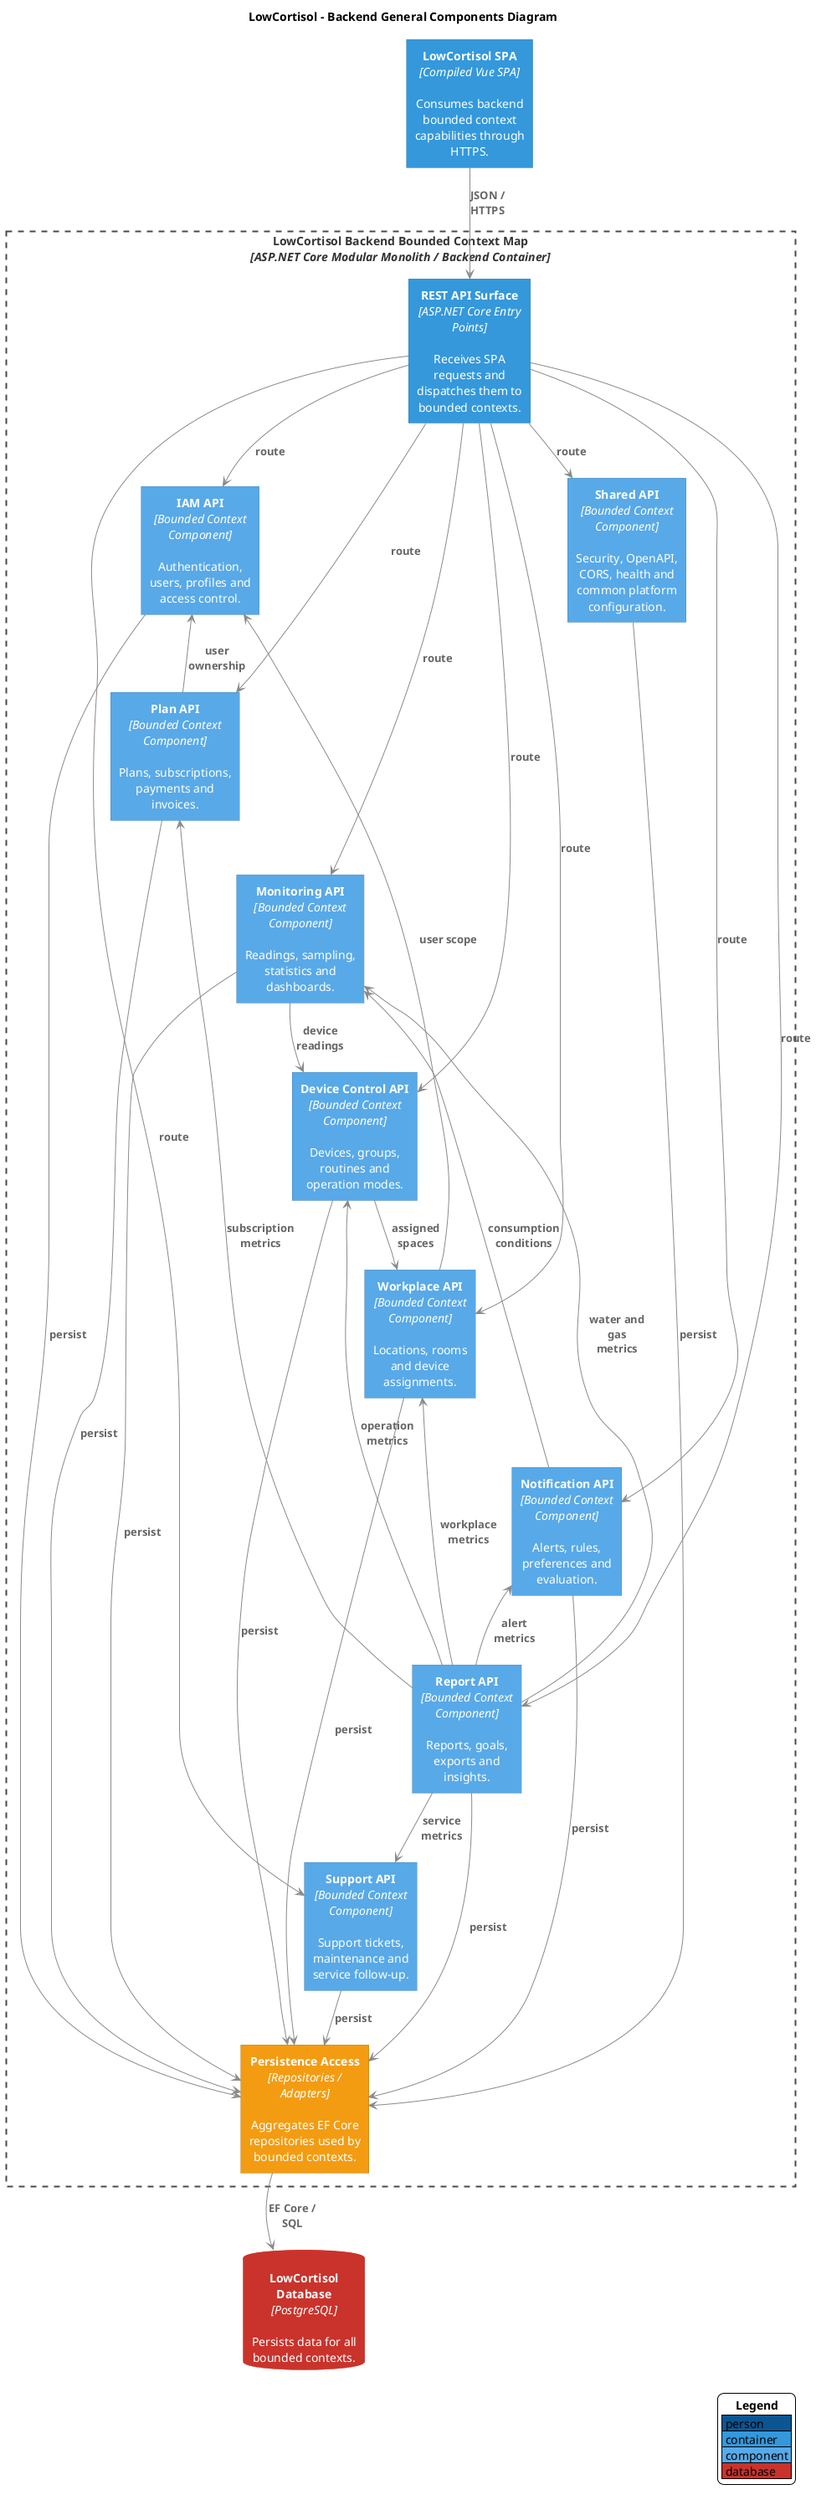
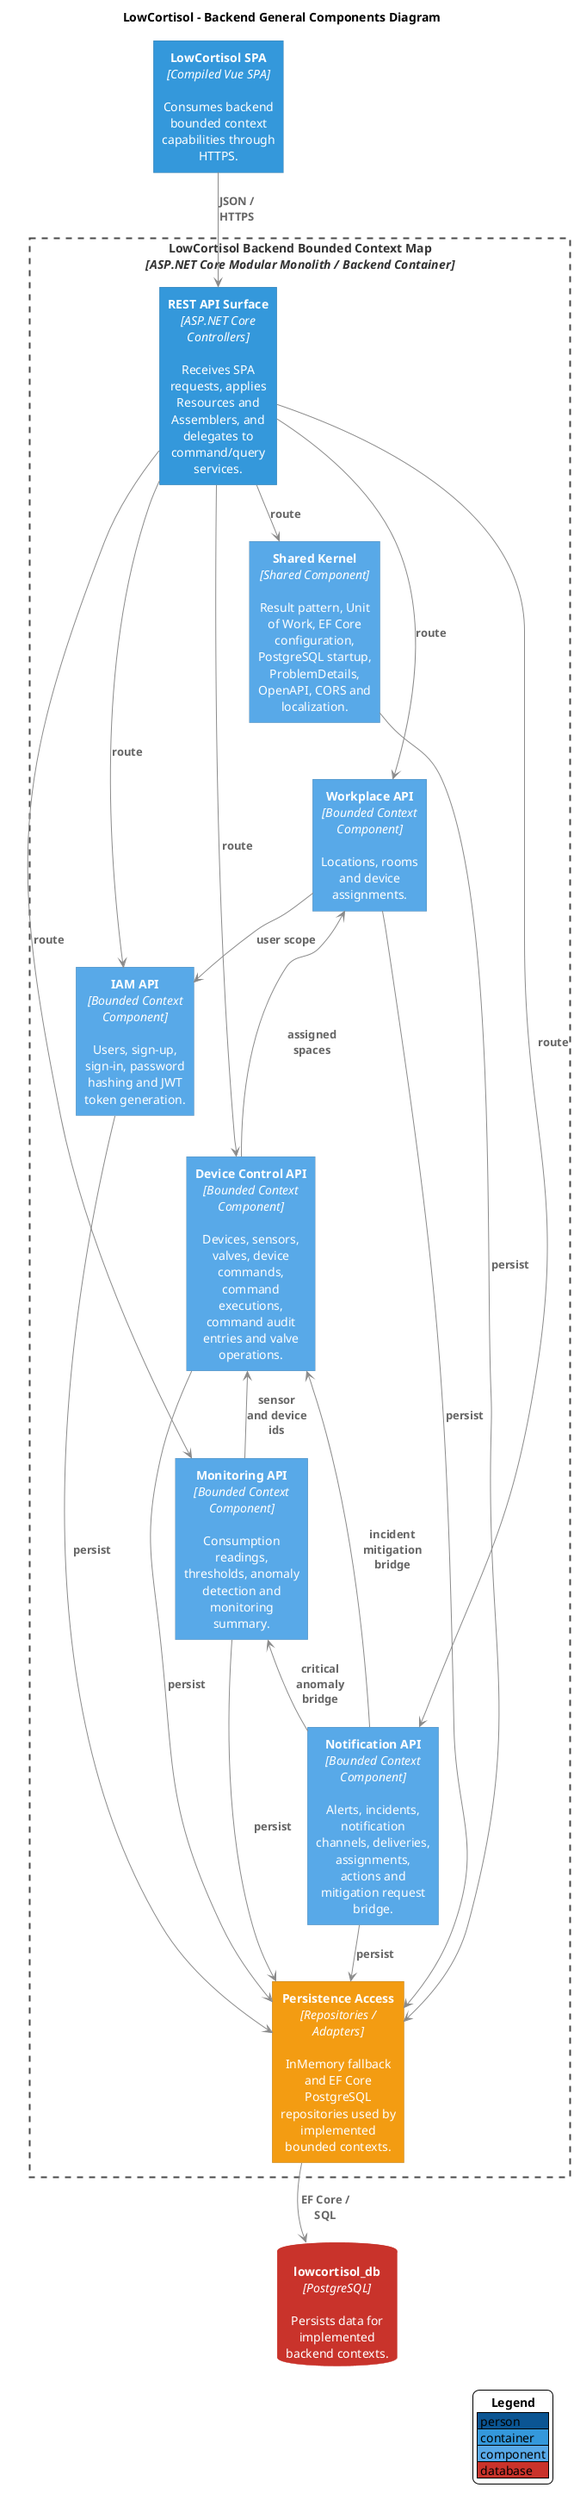
@startuml
skinparam backgroundColor #FFFFFF
skinparam shadowing false
skinparam defaultFontName Arial
skinparam defaultTextAlignment center
skinparam wrapWidth 135
skinparam maxMessageSize 70
skinparam nodesep 35
skinparam ranksep 45
skinparam ArrowColor #8A8A8A
skinparam ArrowFontColor #666666
skinparam ArrowFontStyle bold
skinparam ArrowThickness 1
skinparam rectangleRoundCorner 0
skinparam rectangleBorderThickness 0
skinparam rectangleFontColor #FFFFFF
skinparam rectangleFontStyle plain
skinparam rectangle {
  BorderThickness 0
  MinimumWidth 150
  Padding 8
}
skinparam database {
  MinimumWidth 165
  Padding 8
}
skinparam rectangle<<BoundedContext>> {
  BackgroundColor transparent
  BorderColor #4A4A4A
  BorderThickness 2
  BorderStyle dashed
  FontColor #333333
  FontStyle bold
  MinimumWidth 620
  Padding 12
}
skinparam databaseBackgroundColor #C9332B
skinparam databaseBorderColor #C9332B
skinparam databaseFontColor #FFFFFF
skinparam databaseFontStyle plain

hide stereotype
top to bottom direction

title LowCortisol - Backend General Components Diagram

rectangle "<b>LowCortisol SPA</b>\n<i>[Compiled Vue SPA]</i>\n\nConsumes backend bounded context capabilities through HTTPS." as Spa #3498DB

rectangle "<b>LowCortisol Backend Bounded Context Map</b>\n<i>[ASP.NET Core Modular Monolith / Backend Container]</i>" <<BoundedContext>> {
-   rectangle "<b>REST API Surface</b>\n<i>[ASP.NET Core Entry Points]</i>\n\nReceives SPA requests and dispatches them to bounded contexts." as ApiSurface #3498DB
+   rectangle "<b>REST API Surface</b>\n<i>[ASP.NET Core Controllers]</i>\n\nReceives SPA requests, applies Resources and Assemblers, and delegates to command/query services." as ApiSurface #3498DB

-   rectangle "<b>Shared API</b>\n<i>[Bounded Context Component]</i>\n\nSecurity, OpenAPI, CORS, health and common platform configuration." as Shared #58A9E8
-   rectangle "<b>IAM API</b>\n<i>[Bounded Context Component]</i>\n\nAuthentication, users, profiles and access control." as IAM #58A9E8
-   rectangle "<b>Plan API</b>\n<i>[Bounded Context Component]</i>\n\nPlans, subscriptions, payments and invoices." as Plan #58A9E8
+   rectangle "<b>Shared Kernel</b>\n<i>[Shared Component]</i>\n\nResult pattern, Unit of Work, EF Core configuration, PostgreSQL startup, ProblemDetails, OpenAPI, CORS and localization." as Shared #58A9E8
+   rectangle "<b>IAM API</b>\n<i>[Bounded Context Component]</i>\n\nUsers, sign-up, sign-in, password hashing and JWT token generation." as IAM #58A9E8

  rectangle "<b>Workplace API</b>\n<i>[Bounded Context Component]</i>\n\nLocations, rooms and device assignments." as Workplace #58A9E8
-   rectangle "<b>Device Control API</b>\n<i>[Bounded Context Component]</i>\n\nDevices, groups, routines and operation modes." as Device #58A9E8
-   rectangle "<b>Monitoring API</b>\n<i>[Bounded Context Component]</i>\n\nReadings, sampling, statistics and dashboards." as Consumption #58A9E8
+   rectangle "<b>Device Control API</b>\n<i>[Bounded Context Component]</i>\n\nDevices, sensors, valves, device commands, command executions, command audit entries and valve operations." as Device #58A9E8
+   rectangle "<b>Monitoring API</b>\n<i>[Bounded Context Component]</i>\n\nConsumption readings, thresholds, anomaly detection and monitoring summary." as Monitoring #58A9E8

-   rectangle "<b>Notification API</b>\n<i>[Bounded Context Component]</i>\n\nAlerts, rules, preferences and evaluation." as Notification #58A9E8
-   rectangle "<b>Report API</b>\n<i>[Bounded Context Component]</i>\n\nReports, goals, exports and insights." as Report #58A9E8
-   rectangle "<b>Support API</b>\n<i>[Bounded Context Component]</i>\n\nSupport tickets, maintenance and service follow-up." as Service #58A9E8
+   rectangle "<b>Notification API</b>\n<i>[Bounded Context Component]</i>\n\nAlerts, incidents, notification channels, deliveries, assignments, actions and mitigation request bridge." as Notification #58A9E8

-   rectangle "<b>Persistence Access</b>\n<i>[Repositories / Adapters]</i>\n\nAggregates EF Core repositories used by bounded contexts." as Persistence #F39C12
+   rectangle "<b>Persistence Access</b>\n<i>[Repositories / Adapters]</i>\n\nInMemory fallback and EF Core PostgreSQL repositories used by implemented bounded contexts." as Persistence #F39C12
}

- database "<b>LowCortisol Database</b>\n<i>[PostgreSQL]</i>\n\nPersists data for all bounded contexts." as Database
+ database "<b>lowcortisol_db</b>\n<i>[PostgreSQL]</i>\n\nPersists data for implemented backend contexts." as Database

Spa --> ApiSurface : JSON / HTTPS
ApiSurface --> Shared : route
ApiSurface --> IAM : route
- ApiSurface --> Plan : route
ApiSurface --> Workplace : route
ApiSurface --> Device : route
- ApiSurface --> Consumption : route
+ ApiSurface --> Monitoring : route
ApiSurface --> Notification : route
- ApiSurface --> Report : route
- ApiSurface --> Service : route

- Plan --> IAM : user ownership
Workplace --> IAM : user scope
Device --> Workplace : assigned spaces
- Consumption --> Device : device readings
- Notification --> Consumption : consumption conditions
- Report --> Plan : subscription metrics
- Report --> Workplace : workplace metrics
- Report --> Device : operation metrics
- Report --> Consumption : water and gas metrics
- Report --> Notification : alert metrics
- Report --> Service : service metrics
+ Monitoring --> Device : sensor and device ids
+ Notification --> Monitoring : critical anomaly bridge
+ Notification --> Device : incident mitigation bridge

Shared --> Persistence : persist
IAM --> Persistence : persist
- Plan --> Persistence : persist
Workplace --> Persistence : persist
Device --> Persistence : persist
- Consumption --> Persistence : persist
+ Monitoring --> Persistence : persist
Notification --> Persistence : persist
- Report --> Persistence : persist
- Service --> Persistence : persist
Persistence --> Database : EF Core / SQL

' Compact board layout
ApiSurface -[hidden]down- IAM
Shared -[hidden]right- IAM
- IAM -[hidden]right- Plan
Shared -[hidden]down- Workplace
IAM -[hidden]down- Device
- Plan -[hidden]down- Consumption
Workplace -[hidden]right- Device
- Device -[hidden]right- Consumption
+ Device -[hidden]right- Monitoring
Workplace -[hidden]down- Notification
- Device -[hidden]down- Report
- Consumption -[hidden]down- Service
- Notification -[hidden]right- Report
- Report -[hidden]right- Service
- Report -[hidden]down- Persistence
+ Monitoring -[hidden]down- Notification
+ Notification -[hidden]down- Persistence
Persistence -[hidden]down- Database

legend right
  <b>Legend</b>
  |<#0B5593> person |
  |<#3498DB> container |
  |<#58A9E8> component |
  |<#C9332B> database |
endlegend

@enduml
